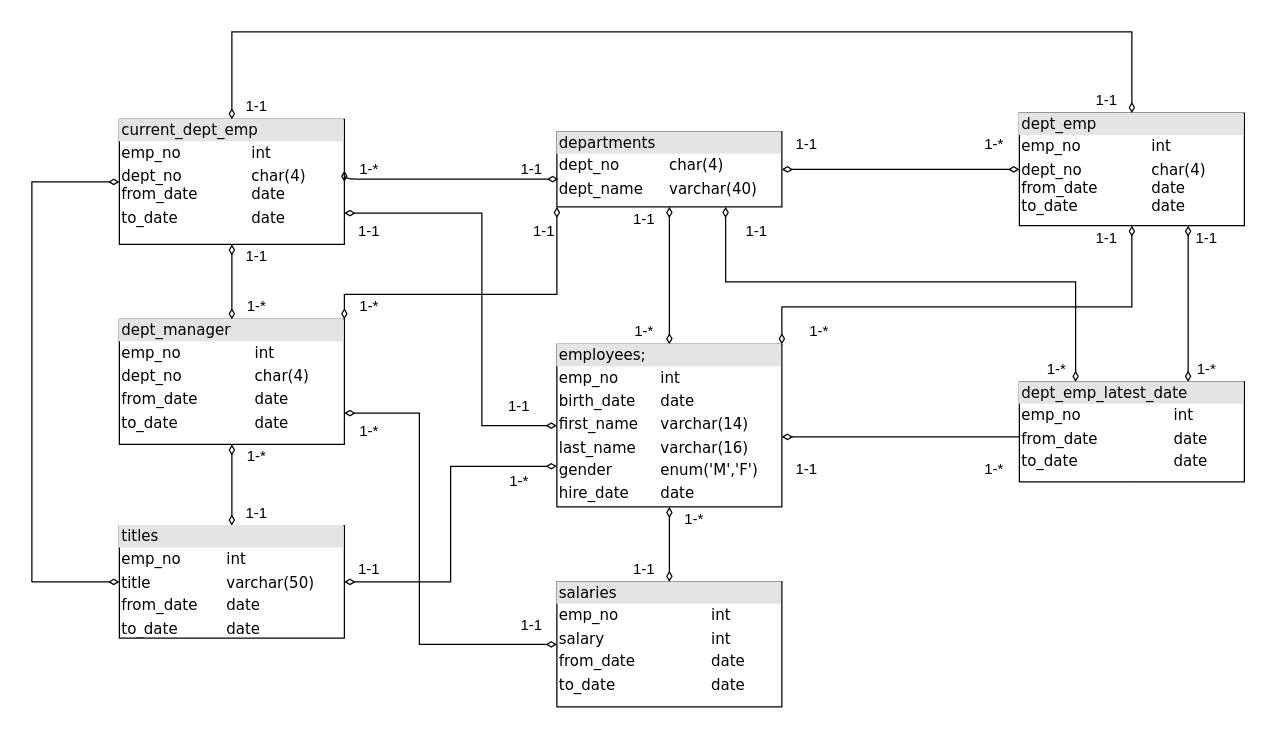
Above: act2/Relation Diagram.drawio in DemiurgeApeiron/A01028325-InternetOfThings (draw.io), before the change. Source tidied: cells renumbered, new cells numbered last; positions are measured from the earlier drawing's top-left corner, leaving out a move shared by most shapes. Both pictures are drawn from the tidied source at 125%, with x=0, y=0 at pixel (31, 31).
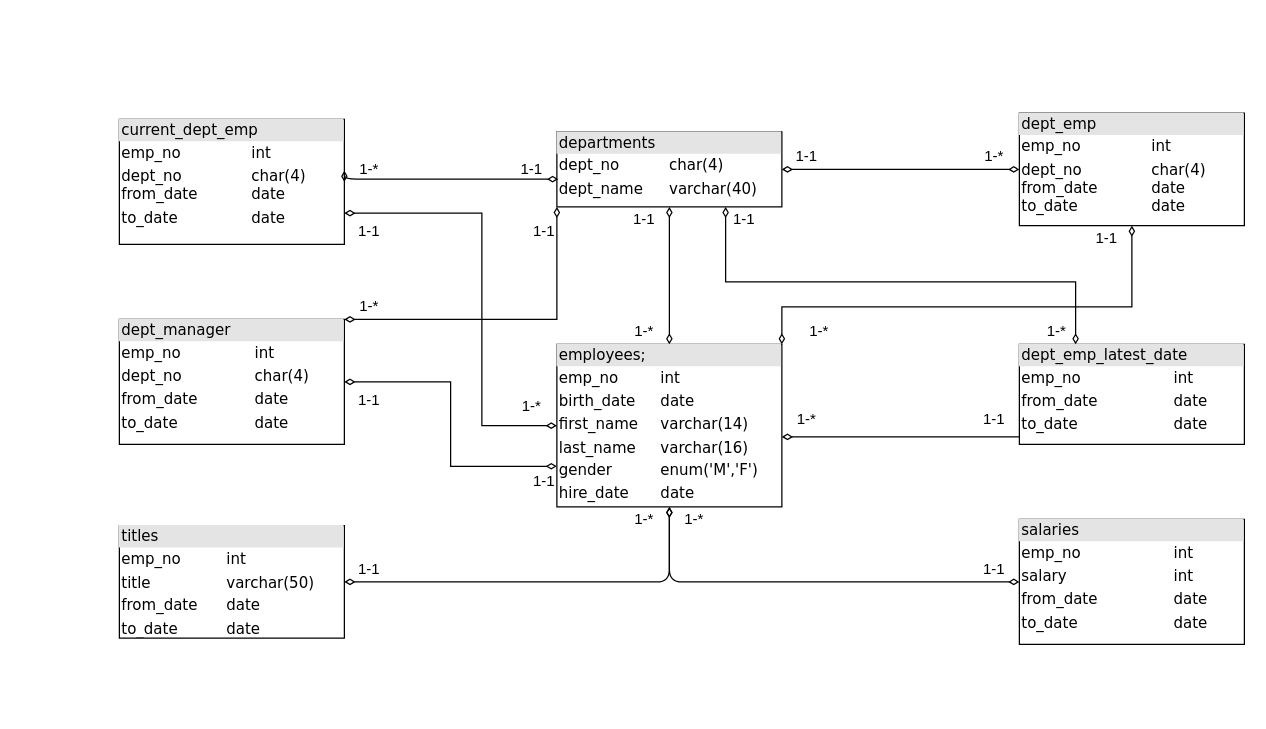
Above is the later version.

The change refers to these unchanged cells:
```xml
<mxCell id="2" value="&lt;div style=&quot;box-sizing: border-box ; width: 100% ; background: #e4e4e4 ; padding: 2px&quot;&gt;current_dept_emp&lt;/div&gt;&lt;table style=&quot;width: 100% ; font-size: 1em&quot; cellspacing=&quot;0&quot; cellpadding=&quot;2&quot;&gt;&lt;tbody&gt;&lt;tr&gt;&lt;td&gt;emp_no&lt;br&gt;&lt;/td&gt;&lt;td&gt;int&lt;/td&gt;&lt;/tr&gt;&lt;tr&gt;&lt;td&gt;dept_no&lt;br&gt;from_date&lt;br&gt;&lt;/td&gt;&lt;td&gt;char(4)&lt;br&gt;date&lt;br&gt;&lt;/td&gt;&lt;/tr&gt;&lt;tr&gt;&lt;td&gt;to_date&lt;br&gt;&lt;/td&gt;&lt;td&gt;date&lt;/td&gt;&lt;/tr&gt;&lt;/tbody&gt;&lt;/table&gt;" style="verticalAlign=top;align=left;overflow=fill;html=1;rounded=0;shadow=0;comic=0;labelBackgroundColor=none;strokeWidth=1;fontFamily=Verdana;fontSize=12;" parent="1" vertex="1">
  <mxGeometry x="70" y="70" width="180" height="100" as="geometry" />
</mxCell>
<mxCell id="6" value="&lt;div style=&quot;box-sizing: border-box ; width: 100% ; background: #e4e4e4 ; padding: 2px&quot;&gt;departments&lt;/div&gt;&lt;table style=&quot;width: 100% ; font-size: 1em&quot; cellspacing=&quot;0&quot; cellpadding=&quot;2&quot;&gt;&lt;tbody&gt;&lt;tr&gt;&lt;td&gt;dept_no&lt;/td&gt;&lt;td&gt;char(4)&lt;/td&gt;&lt;/tr&gt;&lt;tr&gt;&lt;td&gt;dept_name&lt;/td&gt;&lt;td&gt;varchar(40)&lt;/td&gt;&lt;/tr&gt;&lt;tr&gt;&lt;td&gt;&lt;br&gt;&lt;/td&gt;&lt;td&gt;&lt;br&gt;&lt;/td&gt;&lt;/tr&gt;&lt;tr&gt;&lt;td&gt;&lt;br&gt;&lt;/td&gt;&lt;td&gt;&lt;br&gt;&lt;/td&gt;&lt;/tr&gt;&lt;tr&gt;&lt;td&gt;&lt;br&gt;&lt;/td&gt;&lt;td&gt;&lt;br&gt;&lt;/td&gt;&lt;/tr&gt;&lt;tr&gt;&lt;td&gt;&lt;br&gt;&lt;/td&gt;&lt;td&gt;&lt;br&gt;&lt;/td&gt;&lt;/tr&gt;&lt;/tbody&gt;&lt;/table&gt;" style="verticalAlign=top;align=left;overflow=fill;html=1;rounded=0;shadow=0;comic=0;labelBackgroundColor=none;strokeWidth=1;fontFamily=Verdana;fontSize=12;" parent="1" vertex="1">
  <mxGeometry x="420" y="80" width="180" height="60" as="geometry" />
</mxCell>
<mxCell id="8" value="&lt;div style=&quot;box-sizing: border-box ; width: 100% ; background: #e4e4e4 ; padding: 2px&quot;&gt;titles&lt;/div&gt;&lt;table style=&quot;width: 100% ; font-size: 1em&quot; cellspacing=&quot;0&quot; cellpadding=&quot;2&quot;&gt;&lt;tbody&gt;&lt;tr&gt;&lt;td&gt;emp_no&lt;/td&gt;&lt;td&gt;int&lt;/td&gt;&lt;/tr&gt;&lt;tr&gt;&lt;td&gt;title&lt;/td&gt;&lt;td&gt;varchar(50)&lt;/td&gt;&lt;/tr&gt;&lt;tr&gt;&lt;td&gt;from_date&lt;/td&gt;&lt;td&gt;date&lt;/td&gt;&lt;/tr&gt;&lt;tr&gt;&lt;td&gt;to_date&lt;/td&gt;&lt;td&gt;date&lt;br&gt;&lt;/td&gt;&lt;/tr&gt;&lt;/tbody&gt;&lt;/table&gt;" style="verticalAlign=top;align=left;overflow=fill;html=1;rounded=0;shadow=0;comic=0;labelBackgroundColor=none;strokeWidth=1;fontFamily=Verdana;fontSize=12;" parent="1" vertex="1">
  <mxGeometry x="70" y="395" width="180" height="90" as="geometry" />
</mxCell>
<mxCell id="10" value="&lt;div style=&quot;box-sizing: border-box ; width: 100% ; background: #e4e4e4 ; padding: 2px&quot;&gt;dept_manager&lt;/div&gt;&lt;table style=&quot;width: 100% ; font-size: 1em&quot; cellspacing=&quot;0&quot; cellpadding=&quot;2&quot;&gt;&lt;tbody&gt;&lt;tr&gt;&lt;td&gt;emp_no&lt;/td&gt;&lt;td&gt;&lt;br&gt;&lt;/td&gt;&lt;td&gt;int&lt;/td&gt;&lt;/tr&gt;&lt;tr&gt;&lt;td&gt;dept_no&lt;/td&gt;&lt;td&gt;&lt;br&gt;&lt;/td&gt;&lt;td&gt;char(4)&lt;/td&gt;&lt;/tr&gt;&lt;tr&gt;&lt;td&gt;from_date&lt;br&gt;&lt;/td&gt;&lt;td&gt;&lt;br&gt;&lt;/td&gt;&lt;td&gt;date &lt;br&gt;&lt;/td&gt;&lt;/tr&gt;&lt;tr&gt;&lt;td&gt;to_date&lt;br&gt;&lt;/td&gt;&lt;td&gt;&lt;br&gt;&lt;/td&gt;&lt;td&gt;date&lt;br&gt;&lt;/td&gt;&lt;/tr&gt;&lt;tr&gt;&lt;td&gt;&lt;br&gt;&lt;/td&gt;&lt;td&gt;&lt;br&gt;&lt;/td&gt;&lt;td&gt;&lt;br&gt;&lt;/td&gt;&lt;/tr&gt;&lt;/tbody&gt;&lt;/table&gt;" style="verticalAlign=top;align=left;overflow=fill;html=1;rounded=0;shadow=0;comic=0;labelBackgroundColor=none;strokeWidth=1;fontFamily=Verdana;fontSize=12;" parent="1" vertex="1">
  <mxGeometry x="70" y="230" width="180" height="100" as="geometry" />
</mxCell>
<mxCell id="13" value="&lt;div style=&quot;box-sizing: border-box ; width: 100% ; background: #e4e4e4 ; padding: 2px&quot;&gt;employees;&lt;/div&gt;&lt;table style=&quot;width: 100% ; font-size: 1em&quot; cellspacing=&quot;0&quot; cellpadding=&quot;2&quot;&gt;&lt;tbody&gt;&lt;tr&gt;&lt;td&gt;emp_no&lt;/td&gt;&lt;td&gt;int&lt;/td&gt;&lt;/tr&gt;&lt;tr&gt;&lt;td&gt;birth_date&lt;/td&gt;&lt;td&gt;date&lt;/td&gt;&lt;/tr&gt;&lt;tr&gt;&lt;td&gt;first_name&lt;br&gt;&lt;/td&gt;&lt;td&gt;varchar(14)&lt;/td&gt;&lt;/tr&gt;&lt;tr&gt;&lt;td&gt;last_name&lt;br&gt;&lt;/td&gt;&lt;td&gt;varchar(16)&lt;br&gt;&lt;/td&gt;&lt;/tr&gt;&lt;tr&gt;&lt;td&gt;gender&lt;br&gt;&lt;/td&gt;&lt;td&gt;enum('M','F')&lt;br&gt;&lt;/td&gt;&lt;/tr&gt;&lt;tr&gt;&lt;td&gt;hire_date&lt;br&gt;&lt;/td&gt;&lt;td&gt;date&lt;br&gt;&lt;/td&gt;&lt;/tr&gt;&lt;tr&gt;&lt;td&gt;&lt;br&gt;&lt;/td&gt;&lt;td&gt;&lt;br&gt;&lt;/td&gt;&lt;/tr&gt;&lt;tr&gt;&lt;td&gt;&lt;br&gt;&lt;/td&gt;&lt;td&gt;&lt;br&gt;&lt;/td&gt;&lt;/tr&gt;&lt;tr&gt;&lt;td&gt;&lt;br&gt;&lt;/td&gt;&lt;td&gt;&lt;br&gt;&lt;/td&gt;&lt;/tr&gt;&lt;tr&gt;&lt;td&gt;&lt;br&gt;&lt;/td&gt;&lt;td&gt;&lt;br&gt;&lt;/td&gt;&lt;/tr&gt;&lt;tr&gt;&lt;td&gt;&lt;br&gt;&lt;/td&gt;&lt;td&gt;&lt;br&gt;&lt;/td&gt;&lt;/tr&gt;&lt;tr&gt;&lt;td&gt;&lt;br&gt;&lt;/td&gt;&lt;td&gt;&lt;br&gt;&lt;/td&gt;&lt;/tr&gt;&lt;tr&gt;&lt;td&gt;&lt;br&gt;&lt;/td&gt;&lt;td&gt;&lt;br&gt;&lt;/td&gt;&lt;/tr&gt;&lt;tr&gt;&lt;td&gt;&lt;br&gt;&lt;/td&gt;&lt;td&gt;&lt;br&gt;&lt;/td&gt;&lt;/tr&gt;&lt;tr&gt;&lt;td&gt;&lt;br&gt;&lt;/td&gt;&lt;td&gt;&lt;br&gt;&lt;/td&gt;&lt;/tr&gt;&lt;tr&gt;&lt;td&gt;&lt;br&gt;&lt;/td&gt;&lt;td&gt;&lt;br&gt;&lt;/td&gt;&lt;/tr&gt;&lt;tr&gt;&lt;td&gt;&lt;br&gt;&lt;/td&gt;&lt;td&gt;&lt;br&gt;&lt;/td&gt;&lt;/tr&gt;&lt;/tbody&gt;&lt;/table&gt;" style="verticalAlign=top;align=left;overflow=fill;html=1;rounded=0;shadow=0;comic=0;labelBackgroundColor=none;strokeWidth=1;fontFamily=Verdana;fontSize=12;" parent="1" vertex="1">
  <mxGeometry x="420" y="250" width="180" height="130" as="geometry" />
</mxCell>
<mxCell id="15" value="&lt;div style=&quot;box-sizing: border-box ; width: 100% ; background: #e4e4e4 ; padding: 2px&quot;&gt;dept_emp&lt;/div&gt;&lt;table style=&quot;width: 100% ; font-size: 1em&quot; cellspacing=&quot;0&quot; cellpadding=&quot;2&quot;&gt;&lt;tbody&gt;&lt;tr&gt;&lt;td&gt;emp_no&lt;/td&gt;&lt;td&gt;int&lt;/td&gt;&lt;/tr&gt;&lt;tr&gt;&lt;td&gt;dept_no&lt;br&gt;from_date&lt;br&gt;to_date&lt;br&gt;&lt;/td&gt;&lt;td&gt;char(4)&lt;br&gt;date&lt;br&gt;date&lt;br&gt;&lt;/td&gt;&lt;/tr&gt;&lt;tr&gt;&lt;td&gt;&lt;br&gt;&lt;/td&gt;&lt;td&gt;&lt;br&gt;&lt;/td&gt;&lt;/tr&gt;&lt;/tbody&gt;&lt;/table&gt;" style="verticalAlign=top;align=left;overflow=fill;html=1;rounded=0;shadow=0;comic=0;labelBackgroundColor=none;strokeWidth=1;fontFamily=Verdana;fontSize=12;" parent="1" vertex="1">
  <mxGeometry x="790" y="65" width="180" height="90" as="geometry" />
</mxCell>
<mxCell id="38" value="1-*" style="text;html=1;strokeColor=none;fillColor=none;align=center;verticalAlign=middle;whiteSpace=wrap;rounded=0;" parent="1" vertex="1">
  <mxGeometry x="510" y="380" width="40" height="20" as="geometry" />
</mxCell>
```

What changed in the source:
```diff
@@
-    <mxCell id="7" style="edgeStyle=orthogonalEdgeStyle;html=1;exitX=0;exitY=0.75;entryX=1;entryY=0.5;labelBackgroundColor=none;startArrow=diamondThin;endArrow=diamondThin;fontFamily=Verdana;fontSize=12;align=left;jumpSize=0;rounded=0;endFill=0;startFill=0;" parent="1" edge="1" source="13" target="8">
-      <mxGeometry relative="1" as="geometry" />
+    <mxCell id="7" style="edgeStyle=orthogonalEdgeStyle;html=1;exitX=0;exitY=0;entryX=1;entryY=0.5;labelBackgroundColor=none;startArrow=diamondThin;endArrow=diamondThin;fontFamily=Verdana;fontSize=12;align=left;jumpSize=0;rounded=1;endFill=0;startFill=0;exitDx=0;exitDy=0;" parent="1" edge="1" source="38" target="8">
+      <mxGeometry relative="1" as="geometry">
+        <Array as="points">
+          <mxPoint x="510" y="440" />
+        </Array>
+      </mxGeometry>
     </mxCell>
@@
-    <mxCell id="9" style="edgeStyle=orthogonalEdgeStyle;html=1;entryX=0.5;entryY=0;labelBackgroundColor=none;startArrow=diamondThin;endArrow=diamondThin;fontFamily=Verdana;fontSize=12;align=left;entryDx=0;entryDy=0;endFill=0;startFill=0;exitX=0.5;exitY=1;exitDx=0;exitDy=0;" parent="1" edge="1" source="10" target="8">
-      <mxGeometry relative="1" as="geometry">
-        <Array as="points">
-          <mxPoint x="160" y="395" />
-        </Array>
-      </mxGeometry>
-    </mxCell>
+    <mxCell id="56" style="edgeStyle=orthogonalEdgeStyle;rounded=0;jettySize=auto;html=1;exitX=1;exitY=0.5;exitDx=0;exitDy=0;entryX=0;entryY=0.75;entryDx=0;entryDy=0;endArrow=diamondThin;endFill=0;startArrow=diamondThin;startFill=0;" parent="1" edge="1" source="10" target="13">
+      <mxGeometry relative="1" as="geometry" />
+    </mxCell>
@@
     <mxCell id="11" value="&lt;div style=&quot;box-sizing: border-box ; width: 100% ; background: #e4e4e4 ; padding: 2px&quot;&gt;salaries&lt;/div&gt;&lt;table style=&quot;width: 100% ; font-size: 1em&quot; cellspacing=&quot;0&quot; cellpadding=&quot;2&quot;&gt;&lt;tbody&gt;&lt;tr&gt;&lt;td&gt;emp_no&lt;/td&gt;&lt;td&gt;int&lt;/td&gt;&lt;/tr&gt;&lt;tr&gt;&lt;td&gt;salary&lt;/td&gt;&lt;td&gt;int&lt;/td&gt;&lt;/tr&gt;&lt;tr&gt;&lt;td&gt;from_date&lt;/td&gt;&lt;td&gt;date&lt;/td&gt;&lt;/tr&gt;&lt;tr&gt;&lt;td&gt;to_date&lt;/td&gt;&lt;td&gt;date&lt;br&gt;&lt;/td&gt;&lt;/tr&gt;&lt;tr&gt;&lt;td&gt;&lt;br&gt;&lt;/td&gt;&lt;td&gt;&lt;br&gt;&lt;/td&gt;&lt;/tr&gt;&lt;/tbody&gt;&lt;/table&gt;" style="verticalAlign=top;align=left;overflow=fill;html=1;rounded=0;shadow=0;comic=0;labelBackgroundColor=none;strokeWidth=1;fontFamily=Verdana;fontSize=12;" parent="1" vertex="1">
-      <mxGeometry x="420" y="440" width="180" height="100" as="geometry" />
+      <mxGeometry x="790" y="390" width="180" height="100" as="geometry" />
     </mxCell>
-    <mxCell id="12" style="edgeStyle=orthogonalEdgeStyle;html=1;entryX=0.5;entryY=0;labelBackgroundColor=none;startArrow=diamondThin;endArrow=diamondThin;fontFamily=Verdana;fontSize=12;align=left;endFill=0;startFill=0;" parent="1" edge="1" source="13" target="11">
-      <mxGeometry relative="1" as="geometry" />
+    <mxCell id="12" style="edgeStyle=orthogonalEdgeStyle;html=1;entryX=0;entryY=0.5;labelBackgroundColor=none;startArrow=diamondThin;endArrow=diamondThin;fontFamily=Verdana;fontSize=12;align=left;endFill=0;startFill=0;entryDx=0;entryDy=0;rounded=1;" parent="1" edge="1" source="13" target="11">
+      <mxGeometry relative="1" as="geometry">
+        <Array as="points">
+          <mxPoint x="510" y="440" />
+        </Array>
+      </mxGeometry>
     </mxCell>
@@
     <mxCell id="14" value="&lt;div style=&quot;box-sizing: border-box ; width: 100% ; background: #e4e4e4 ; padding: 2px&quot;&gt;dept_emp_latest_date&lt;/div&gt;&lt;table style=&quot;width: 100% ; font-size: 1em&quot; cellspacing=&quot;0&quot; cellpadding=&quot;2&quot;&gt;&lt;tbody&gt;&lt;tr&gt;&lt;td&gt;emp_no&lt;/td&gt;&lt;td&gt;int&lt;/td&gt;&lt;/tr&gt;&lt;tr&gt;&lt;td&gt;from_date&lt;/td&gt;&lt;td&gt;date&lt;/td&gt;&lt;/tr&gt;&lt;tr&gt;&lt;td&gt;to_date&lt;/td&gt;&lt;td&gt;date&lt;/td&gt;&lt;/tr&gt;&lt;tr&gt;&lt;td&gt;&lt;br&gt;&lt;/td&gt;&lt;td&gt;&lt;br&gt;&lt;/td&gt;&lt;/tr&gt;&lt;tr&gt;&lt;td&gt;&lt;br&gt;&lt;/td&gt;&lt;td&gt;&lt;br&gt;&lt;/td&gt;&lt;/tr&gt;&lt;tr&gt;&lt;td&gt;&lt;br&gt;&lt;/td&gt;&lt;td&gt;&lt;br&gt;&lt;/td&gt;&lt;/tr&gt;&lt;tr&gt;&lt;td&gt;&lt;br&gt;&lt;/td&gt;&lt;td&gt;&lt;br&gt;&lt;/td&gt;&lt;/tr&gt;&lt;tr&gt;&lt;td&gt;&lt;br&gt;&lt;/td&gt;&lt;td&gt;&lt;br&gt;&lt;/td&gt;&lt;/tr&gt;&lt;tr&gt;&lt;td&gt;&lt;br&gt;&lt;/td&gt;&lt;td&gt;&lt;br&gt;&lt;/td&gt;&lt;/tr&gt;&lt;tr&gt;&lt;td&gt;&lt;br&gt;&lt;/td&gt;&lt;td&gt;&lt;br&gt;&lt;/td&gt;&lt;/tr&gt;&lt;tr&gt;&lt;td&gt;&lt;br&gt;&lt;/td&gt;&lt;td&gt;&lt;br&gt;&lt;/td&gt;&lt;/tr&gt;&lt;tr&gt;&lt;td&gt;&lt;br&gt;&lt;/td&gt;&lt;td&gt;&lt;br&gt;&lt;/td&gt;&lt;/tr&gt;&lt;/tbody&gt;&lt;/table&gt;" style="verticalAlign=top;align=left;overflow=fill;html=1;rounded=0;shadow=0;comic=0;labelBackgroundColor=none;strokeWidth=1;fontFamily=Verdana;fontSize=12;" parent="1" vertex="1">
-      <mxGeometry x="790" y="280" width="180" height="80" as="geometry" />
+      <mxGeometry x="790" y="250" width="180" height="80" as="geometry" />
     </mxCell>
@@
-    <mxCell id="16" style="edgeStyle=orthogonalEdgeStyle;html=1;endArrow=diamondThin;startArrow=diamondThin;labelBackgroundColor=none;fontFamily=Verdana;fontSize=12;align=left;exitX=0.5;exitY=1;entryX=0.5;entryY=0;endFill=0;startFill=0;" parent="1" edge="1" source="2" target="10">
-      <mxGeometry relative="1" as="geometry" />
-    </mxCell>
@@
-    <mxCell id="18" style="endArrow=diamondThin;html=1;strokeColor=#000000;strokeWidth=1;exitX=0;exitY=0.5;exitDx=0;exitDy=0;entryX=0;entryY=0.5;entryDx=0;entryDy=0;rounded=0;endFill=0;startArrow=diamondThin;startFill=0;" parent="1" edge="1" source="8" target="2">
-      <mxGeometry relative="1" as="geometry">
-        <Array as="points">
-          <mxPoint y="440" />
-          <mxPoint y="120" />
-        </Array>
-      </mxGeometry>
-    </mxCell>
@@
-    <mxCell id="21" style="edgeStyle=orthogonalEdgeStyle;html=1;entryX=0.75;entryY=0;labelBackgroundColor=none;startArrow=diamondThin;endArrow=diamondThin;fontFamily=Verdana;fontSize=12;align=left;endFill=0;startFill=0;exitX=0.75;exitY=1;exitDx=0;exitDy=0;entryDx=0;entryDy=0;rounded=0;" parent="1" edge="1" source="15" target="14">
-      <mxGeometry relative="1" as="geometry">
-        <Array as="points">
-          <mxPoint x="925" y="220" />
-          <mxPoint x="925" y="220" />
-        </Array>
-      </mxGeometry>
-    </mxCell>
-    <mxCell id="22" style="edgeStyle=orthogonalEdgeStyle;html=1;labelBackgroundColor=none;startArrow=diamondThin;endArrow=diamondThin;fontFamily=Verdana;fontSize=12;align=left;rounded=0;endFill=0;startFill=0;exitX=0.5;exitY=0;exitDx=0;exitDy=0;entryX=0.5;entryY=0;entryDx=0;entryDy=0;" parent="1" edge="1" source="2" target="15">
-      <mxGeometry relative="1" as="geometry">
-        <Array as="points">
-          <mxPoint x="160" />
-          <mxPoint x="880" />
-        </Array>
-      </mxGeometry>
-    </mxCell>
-    <mxCell id="23" style="edgeStyle=orthogonalEdgeStyle;html=1;exitX=0;exitY=0.5;entryX=1;entryY=0.75;labelBackgroundColor=none;startArrow=diamondThin;endArrow=diamondThin;fontFamily=Verdana;fontSize=12;align=left;jumpSize=0;rounded=0;endFill=0;startFill=0;exitDx=0;exitDy=0;entryDx=0;entryDy=0;" parent="1" edge="1" source="11" target="10">
-      <mxGeometry relative="1" as="geometry">
-        <Array as="points">
-          <mxPoint x="310" y="490" />
-          <mxPoint x="310" y="305" />
-        </Array>
-      </mxGeometry>
-    </mxCell>
@@
     <mxCell id="25" value="1-1" style="text;html=1;strokeColor=none;fillColor=none;align=center;verticalAlign=middle;whiteSpace=wrap;rounded=0;" parent="1" vertex="1">
-      <mxGeometry x="370" y="290" width="40" height="20" as="geometry" />
+      <mxGeometry x="250" y="285" width="40" height="20" as="geometry" />
     </mxCell>
-    <mxCell id="26" value="1-1" style="text;html=1;strokeColor=none;fillColor=none;align=center;verticalAlign=middle;whiteSpace=wrap;rounded=0;" parent="1" vertex="1">
-      <mxGeometry x="160" y="50" width="40" height="20" as="geometry" />
-    </mxCell>
-    <mxCell id="27" value="1-1" style="text;html=1;strokeColor=none;fillColor=none;align=center;verticalAlign=middle;whiteSpace=wrap;rounded=0;" parent="1" vertex="1">
-      <mxGeometry x="840" y="45" width="40" height="20" as="geometry" />
-    </mxCell>
-    <mxCell id="28" value="1-1" style="text;html=1;strokeColor=none;fillColor=none;align=center;verticalAlign=middle;whiteSpace=wrap;rounded=0;" parent="1" vertex="1">
-      <mxGeometry x="920" y="155" width="40" height="20" as="geometry" />
-    </mxCell>
-    <mxCell id="29" value="1-*" style="text;html=1;strokeColor=none;fillColor=none;align=center;verticalAlign=middle;whiteSpace=wrap;rounded=0;" parent="1" vertex="1">
-      <mxGeometry x="920" y="260" width="40" height="20" as="geometry" />
-    </mxCell>
@@
     <mxCell id="33" value="1-*" style="text;html=1;strokeColor=none;fillColor=none;align=center;verticalAlign=middle;whiteSpace=wrap;rounded=0;" parent="1" vertex="1">
-      <mxGeometry x="750" y="80" width="40" height="20" as="geometry" />
+      <mxGeometry x="750" y="90" width="40" height="20" as="geometry" />
     </mxCell>
     <mxCell id="34" value="1-1" style="text;html=1;strokeColor=none;fillColor=none;align=center;verticalAlign=middle;whiteSpace=wrap;rounded=0;" parent="1" vertex="1">
-      <mxGeometry x="600" y="80" width="40" height="20" as="geometry" />
+      <mxGeometry x="600" y="90" width="40" height="20" as="geometry" />
     </mxCell>
@@
     <mxCell id="37" value="1-1" style="text;html=1;strokeColor=none;fillColor=none;align=center;verticalAlign=middle;whiteSpace=wrap;rounded=0;" parent="1" vertex="1">
-      <mxGeometry x="470" y="420" width="40" height="20" as="geometry" />
+      <mxGeometry x="750" y="420" width="40" height="20" as="geometry" />
     </mxCell>
@@
     <mxCell id="39" value="1-*" style="text;html=1;strokeColor=none;fillColor=none;align=center;verticalAlign=middle;whiteSpace=wrap;rounded=0;" parent="1" vertex="1">
-      <mxGeometry x="750" y="340" width="40" height="20" as="geometry" />
+      <mxGeometry x="600" y="300" width="40" height="20" as="geometry" />
     </mxCell>
     <mxCell id="40" value="1-1" style="text;html=1;strokeColor=none;fillColor=none;align=center;verticalAlign=middle;whiteSpace=wrap;rounded=0;" parent="1" vertex="1">
-      <mxGeometry x="600" y="340" width="40" height="20" as="geometry" />
+      <mxGeometry x="750" y="300" width="40" height="20" as="geometry" />
     </mxCell>
@@
     <mxCell id="43" style="edgeStyle=orthogonalEdgeStyle;html=1;entryX=0;entryY=1;labelBackgroundColor=none;startArrow=diamondThin;endArrow=diamondThin;fontFamily=Verdana;fontSize=12;align=left;entryDx=0;entryDy=0;endFill=0;startFill=0;rounded=0;" parent="1" edge="1" target="6">
       <mxGeometry relative="1" as="geometry">
         <mxPoint x="250" y="230" as="sourcePoint" />
         <Array as="points">
-          <mxPoint x="250" y="210" />
-          <mxPoint x="420" y="210" />
+          <mxPoint x="420" y="230" />
         </Array>
       </mxGeometry>
     </mxCell>
@@
     <mxCell id="46" value="1-1" style="text;html=1;strokeColor=none;fillColor=none;align=center;verticalAlign=middle;whiteSpace=wrap;rounded=0;" parent="1" vertex="1">
-      <mxGeometry x="560" y="150" width="40" height="20" as="geometry" />
+      <mxGeometry x="550" y="140" width="40" height="20" as="geometry" />
     </mxCell>
     <mxCell id="47" value="1-*" style="text;html=1;strokeColor=none;fillColor=none;align=center;verticalAlign=middle;whiteSpace=wrap;rounded=0;" parent="1" vertex="1">
-      <mxGeometry x="800" y="260" width="40" height="20" as="geometry" />
+      <mxGeometry x="800" y="230" width="40" height="20" as="geometry" />
     </mxCell>
-    <mxCell id="48" value="1-1" style="text;html=1;strokeColor=none;fillColor=none;align=center;verticalAlign=middle;whiteSpace=wrap;rounded=0;" parent="1" vertex="1">
-      <mxGeometry x="380" y="465" width="40" height="20" as="geometry" />
-    </mxCell>
-    <mxCell id="49" value="1-*" style="text;html=1;strokeColor=none;fillColor=none;align=center;verticalAlign=middle;whiteSpace=wrap;rounded=0;" parent="1" vertex="1">
-      <mxGeometry x="250" y="310" width="40" height="20" as="geometry" />
-    </mxCell>
@@
     <mxCell id="51" value="1-*" style="text;html=1;strokeColor=none;fillColor=none;align=center;verticalAlign=middle;whiteSpace=wrap;rounded=0;" parent="1" vertex="1">
-      <mxGeometry x="370" y="350" width="40" height="20" as="geometry" />
+      <mxGeometry x="470" y="380" width="40" height="20" as="geometry" />
     </mxCell>
-    <mxCell id="52" value="1-1" style="text;html=1;strokeColor=none;fillColor=none;align=center;verticalAlign=middle;whiteSpace=wrap;rounded=0;" parent="1" vertex="1">
-      <mxGeometry x="160" y="375" width="40" height="20" as="geometry" />
-    </mxCell>
-    <mxCell id="53" value="1-*" style="text;html=1;strokeColor=none;fillColor=none;align=center;verticalAlign=middle;whiteSpace=wrap;rounded=0;" parent="1" vertex="1">
-      <mxGeometry x="160" y="330" width="40" height="20" as="geometry" />
-    </mxCell>
-    <mxCell id="54" value="1-1" style="text;html=1;strokeColor=none;fillColor=none;align=center;verticalAlign=middle;whiteSpace=wrap;rounded=0;" parent="1" vertex="1">
-      <mxGeometry x="160" y="170" width="40" height="20" as="geometry" />
-    </mxCell>
-    <mxCell id="55" value="1-*" style="text;html=1;strokeColor=none;fillColor=none;align=center;verticalAlign=middle;whiteSpace=wrap;rounded=0;" parent="1" vertex="1">
-      <mxGeometry x="160" y="210" width="40" height="20" as="geometry" />
-    </mxCell>
+    <mxCell id="57" value="1-1" style="text;html=1;strokeColor=none;fillColor=none;align=center;verticalAlign=middle;whiteSpace=wrap;rounded=0;" parent="1" vertex="1">
+      <mxGeometry x="390" y="350" width="40" height="20" as="geometry" />
+    </mxCell>
+    <mxCell id="58" value="1-*" style="text;html=1;strokeColor=none;fillColor=none;align=center;verticalAlign=middle;whiteSpace=wrap;rounded=0;" parent="1" vertex="1">
+      <mxGeometry x="380" y="290" width="40" height="20" as="geometry" />
+    </mxCell>
```
